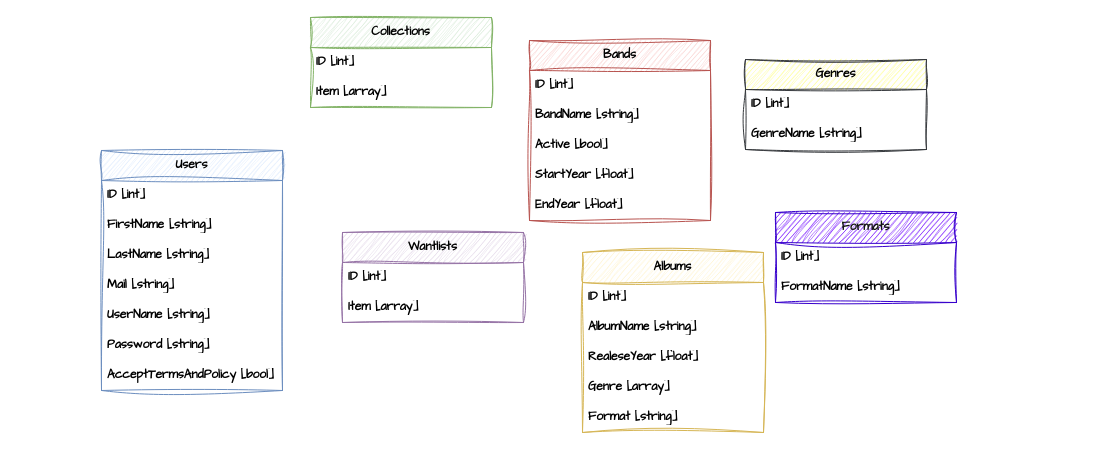
Before: CollectionDiagram.drawio in AzadeganFreedom/CollectionDiagram, a draw.io diagram. Source tidied: cells renumbered, new cells numbered last; positions are measured from the earlier drawing's top-left corner, leaving out a move shared by most shapes. Both pictures are drawn from the tidied source at 100%, with x=0, y=0 at pixel (101, 17).
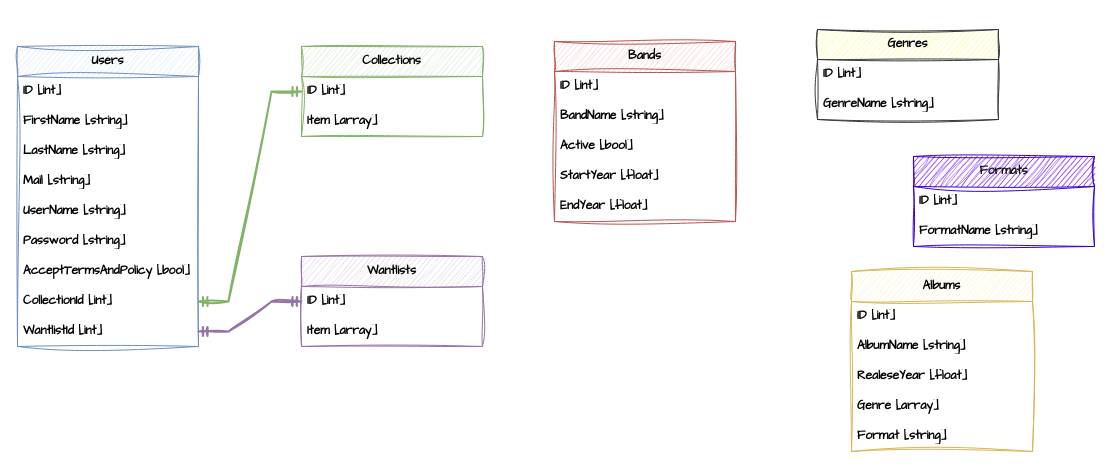
The same page after the edit.

Unchanged cells that the change refers to:
```xml
<mxCell id="11" value="ID [int]" style="text;strokeColor=none;fillColor=none;align=left;verticalAlign=middle;spacingLeft=4;spacingRight=4;overflow=hidden;points=[[0,0.5],[1,0.5]];portConstraint=eastwest;whiteSpace=wrap;html=1;fontFamily=Architects Daughter;fontStyle=1;" parent="10" vertex="1">
  <mxGeometry y="30" width="181" height="30" as="geometry" />
</mxCell>
<mxCell id="29" value="ID [int]" style="text;strokeColor=none;fillColor=none;align=left;verticalAlign=middle;spacingLeft=4;spacingRight=4;overflow=hidden;points=[[0,0.5],[1,0.5]];portConstraint=eastwest;whiteSpace=wrap;html=1;fontFamily=Architects Daughter;fontStyle=1;" parent="28" vertex="1">
  <mxGeometry y="30" width="181" height="30" as="geometry" />
</mxCell>
```

Change to the diagram source:
```diff
@@
     <mxCell id="2" value="&lt;span&gt;Users&lt;/span&gt;" style="swimlane;fontStyle=1;horizontal=1;startSize=30;whiteSpace=wrap;html=1;sketch=1;hachureGap=4;jiggle=2;curveFitting=1;fontFamily=Architects Daughter;fillColor=#dae8fc;strokeColor=#6c8ebf;" parent="1" vertex="1">
-      <mxGeometry y="133" width="181" height="240" as="geometry" />
+      <mxGeometry x="-84" y="29" width="181" height="300" as="geometry" />
     </mxCell>
@@
+    <mxCell id="34" value="CollectionId [int]" style="text;strokeColor=none;fillColor=none;align=left;verticalAlign=middle;spacingLeft=4;spacingRight=4;overflow=hidden;points=[[0,0.5],[1,0.5]];portConstraint=eastwest;whiteSpace=wrap;html=1;fontFamily=Architects Daughter;fontStyle=1;" parent="2" vertex="1">
+      <mxGeometry y="240" width="181" height="30" as="geometry" />
+    </mxCell>
+    <mxCell id="35" value="WantlistId [int]" style="text;strokeColor=none;fillColor=none;align=left;verticalAlign=middle;spacingLeft=4;spacingRight=4;overflow=hidden;points=[[0,0.5],[1,0.5]];portConstraint=eastwest;whiteSpace=wrap;html=1;fontFamily=Architects Daughter;fontStyle=1;" parent="2" vertex="1">
+      <mxGeometry y="270" width="181" height="30" as="geometry" />
+    </mxCell>
     <mxCell id="10" value="&lt;span&gt;Collections&lt;/span&gt;" style="swimlane;fontStyle=1;horizontal=1;startSize=30;whiteSpace=wrap;html=1;sketch=1;hachureGap=4;jiggle=2;curveFitting=1;fontFamily=Architects Daughter;fillColor=#d5e8d4;strokeColor=#82b366;" parent="1" vertex="1">
-      <mxGeometry x="209" width="181" height="90" as="geometry" />
+      <mxGeometry x="200" y="29" width="181" height="90" as="geometry" />
     </mxCell>
@@
     <mxCell id="13" value="&lt;span&gt;Bands&lt;/span&gt;" style="swimlane;fontStyle=1;horizontal=1;startSize=30;whiteSpace=wrap;html=1;sketch=1;hachureGap=4;jiggle=2;curveFitting=1;fontFamily=Architects Daughter;fillColor=#f8cecc;strokeColor=#b85450;" parent="1" vertex="1">
-      <mxGeometry x="428" y="23" width="181" height="180" as="geometry" />
+      <mxGeometry x="453" y="24" width="181" height="180" as="geometry" />
     </mxCell>
@@
     <mxCell id="19" value="&lt;span&gt;Albums&lt;/span&gt;" style="swimlane;fontStyle=1;horizontal=1;startSize=30;whiteSpace=wrap;html=1;sketch=1;hachureGap=4;jiggle=2;curveFitting=1;fontFamily=Architects Daughter;fillColor=#fff2cc;strokeColor=#d6b656;" parent="1" vertex="1">
-      <mxGeometry x="481" y="235" width="181" height="180" as="geometry" />
+      <mxGeometry x="750" y="254" width="181" height="180" as="geometry" />
     </mxCell>
@@
     <mxCell id="25" value="&lt;span&gt;Genres&lt;/span&gt;" style="swimlane;fontStyle=1;horizontal=1;startSize=30;whiteSpace=wrap;html=1;sketch=1;hachureGap=4;jiggle=2;curveFitting=1;fontFamily=Architects Daughter;fillColor=#ffff88;strokeColor=#36393d;" parent="1" vertex="1">
-      <mxGeometry x="644" y="42" width="181" height="90" as="geometry" />
+      <mxGeometry x="716" y="12" width="181" height="90" as="geometry" />
     </mxCell>
@@
     <mxCell id="28" value="&lt;span&gt;Wantlists&lt;/span&gt;" style="swimlane;fontStyle=1;horizontal=1;startSize=30;whiteSpace=wrap;html=1;sketch=1;hachureGap=4;jiggle=2;curveFitting=1;fontFamily=Architects Daughter;fillColor=#e1d5e7;strokeColor=#9673a6;" parent="1" vertex="1">
-      <mxGeometry x="241" y="215" width="181" height="90" as="geometry" />
+      <mxGeometry x="200" y="239" width="181" height="90" as="geometry" />
     </mxCell>
@@
     <mxCell id="31" value="&lt;span&gt;Formats&lt;/span&gt;" style="swimlane;fontStyle=1;horizontal=1;startSize=30;whiteSpace=wrap;html=1;sketch=1;hachureGap=4;jiggle=2;curveFitting=1;fontFamily=Architects Daughter;fillColor=#6a00ff;strokeColor=#3700CC;fontColor=#141414;labelBorderColor=none;" parent="1" vertex="1">
-      <mxGeometry x="674" y="195" width="181" height="90" as="geometry" />
+      <mxGeometry x="812" y="139" width="181" height="90" as="geometry" />
     </mxCell>
@@
+    <mxCell id="36" style="edgeStyle=entityRelationEdgeStyle;fontSize=12;html=1;endArrow=ERmandOne;startArrow=ERmandOne;rounded=0;sketch=1;hachureGap=4;jiggle=2;curveFitting=1;fontFamily=Architects Daughter;strokeWidth=2;fillColor=#d5e8d4;strokeColor=#82b366;entryX=0;entryY=0.5;entryDx=0;entryDy=0;exitX=1;exitY=0.5;exitDx=0;exitDy=0;" parent="1" edge="1" source="34" target="11">
+      <mxGeometry relative="1" as="geometry" />
+    </mxCell>
+    <mxCell id="37" style="edgeStyle=entityRelationEdgeStyle;fontSize=12;html=1;endArrow=ERmandOne;startArrow=ERmandOne;rounded=0;sketch=1;hachureGap=4;jiggle=2;curveFitting=1;fontFamily=Architects Daughter;strokeWidth=2;fillColor=#e1d5e7;strokeColor=#9673a6;entryX=0;entryY=0.5;entryDx=0;entryDy=0;exitX=1;exitY=0.5;exitDx=0;exitDy=0;" parent="1" edge="1" source="35" target="29">
+      <mxGeometry relative="1" as="geometry" />
+    </mxCell>
```
